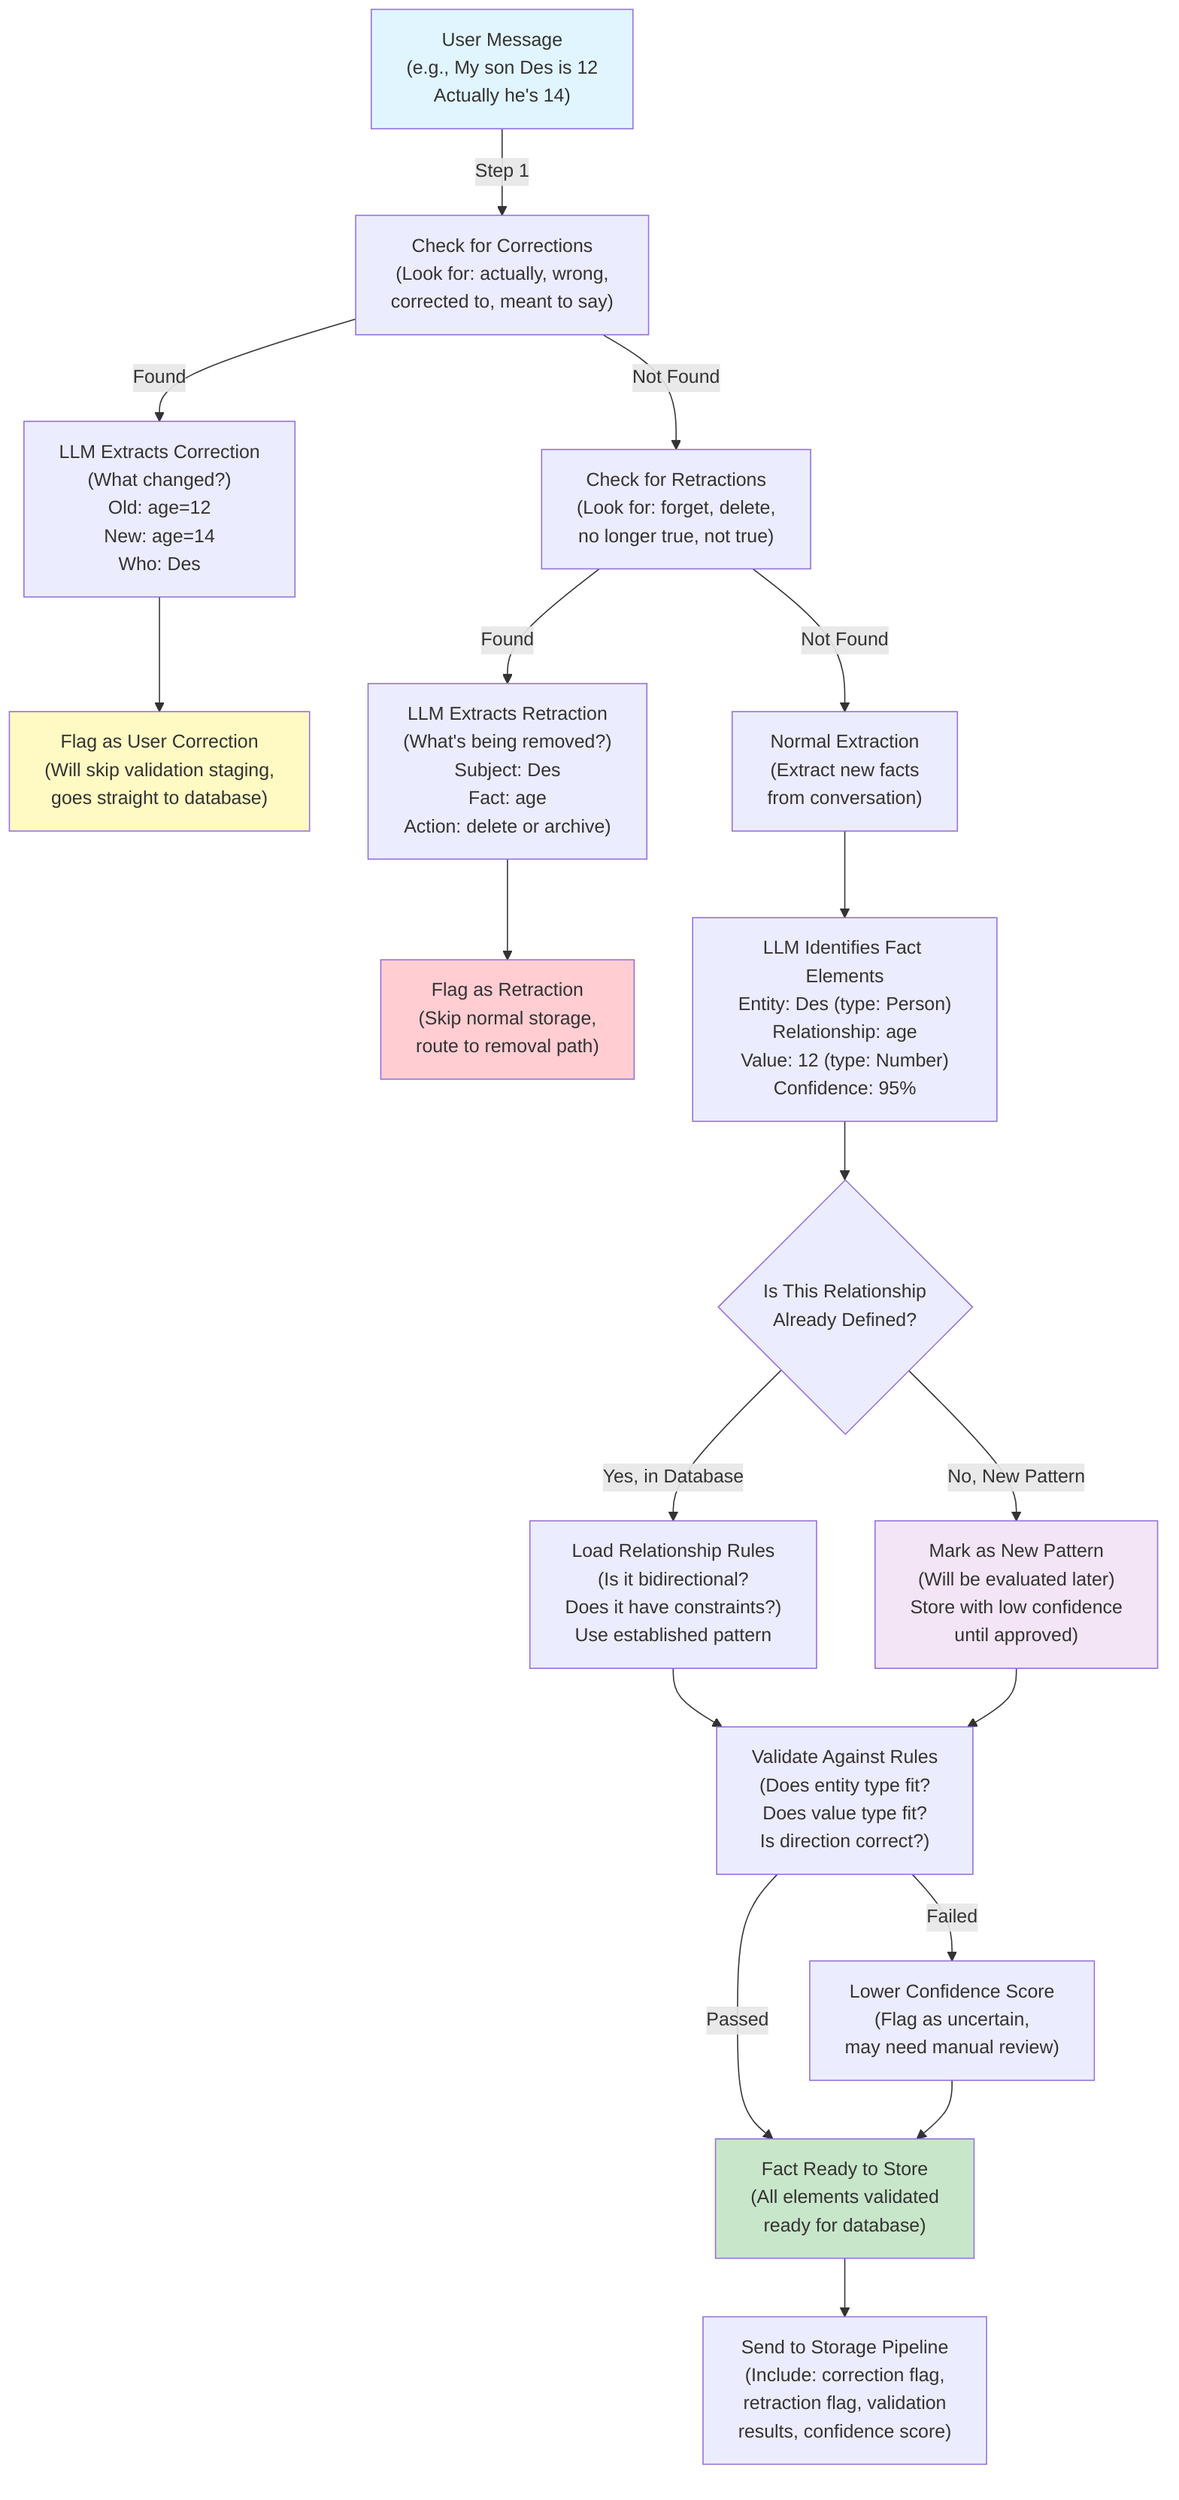
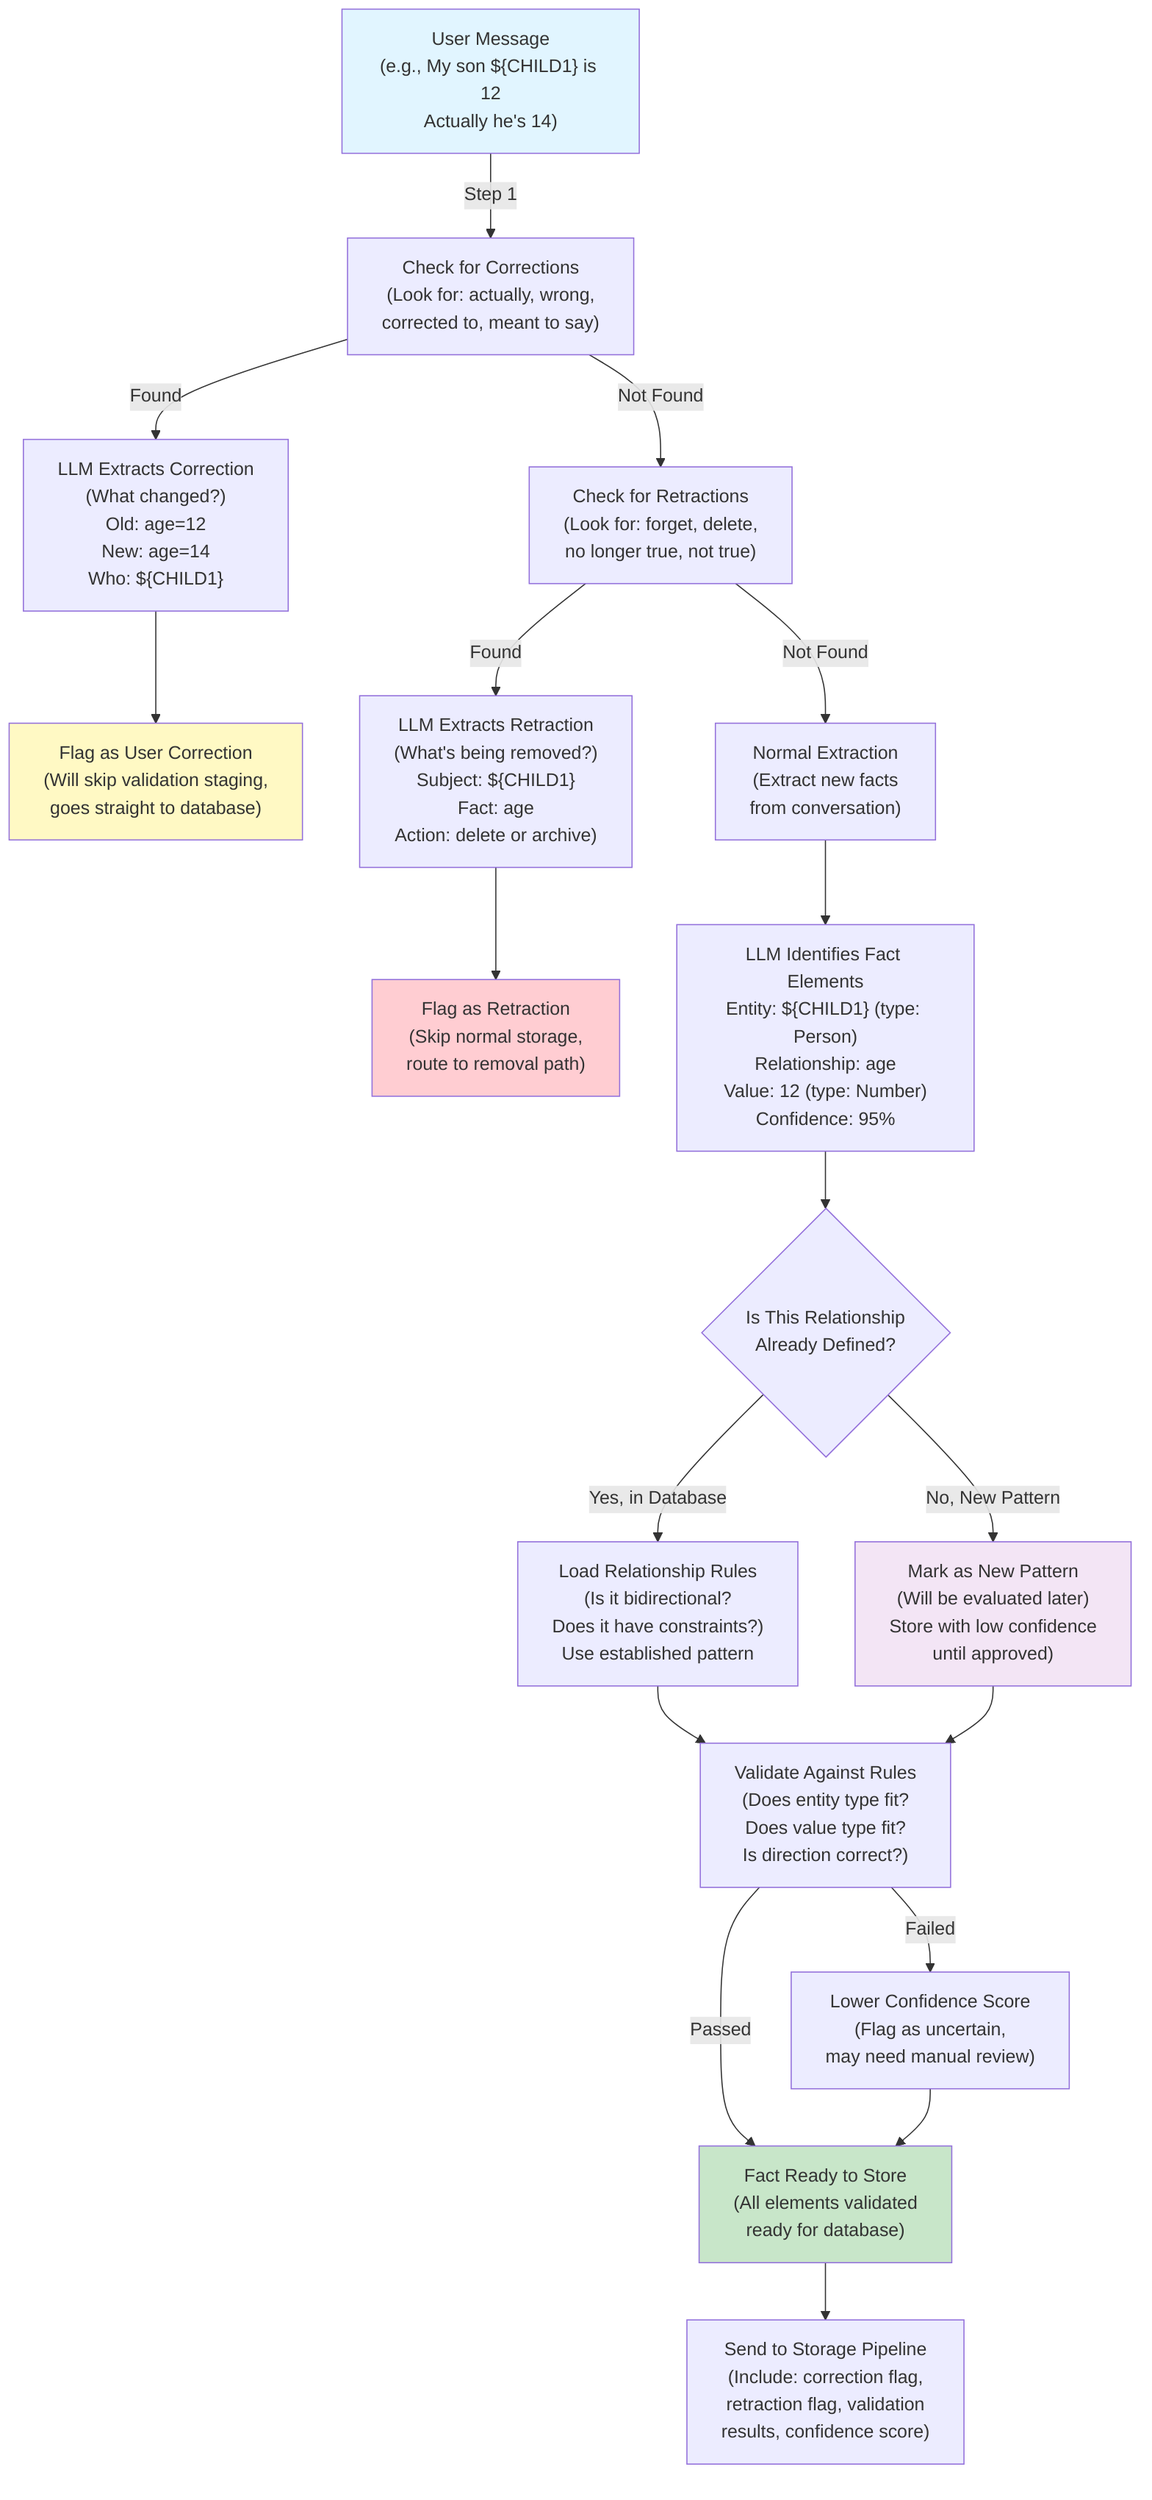
graph TD
-     A["User Message<br/>(e.g., My son Des is 12<br/>Actually he's 14)"] -->|Step 1| B["Check for Corrections<br/>(Look for: actually, wrong,<br/>corrected to, meant to say)"]
+     A["User Message<br/>(e.g., My son ${CHILD1} is 12<br/>Actually he's 14)"] -->|Step 1| B["Check for Corrections<br/>(Look for: actually, wrong,<br/>corrected to, meant to say)"]

-     B -->|Found| C["LLM Extracts Correction<br/>(What changed?)<br/>Old: age=12<br/>New: age=14<br/>Who: Des"]
+     B -->|Found| C["LLM Extracts Correction<br/>(What changed?)<br/>Old: age=12<br/>New: age=14<br/>Who: ${CHILD1}"]

    C --> D["Flag as User Correction<br/>(Will skip validation staging,<br/>goes straight to database)"]

    B -->|Not Found| E["Check for Retractions<br/>(Look for: forget, delete,<br/>no longer true, not true)"]

-     E -->|Found| F["LLM Extracts Retraction<br/>(What's being removed?)<br/>Subject: Des<br/>Fact: age<br/>Action: delete or archive)"]
+     E -->|Found| F["LLM Extracts Retraction<br/>(What's being removed?)<br/>Subject: ${CHILD1}<br/>Fact: age<br/>Action: delete or archive)"]

    F --> G["Flag as Retraction<br/>(Skip normal storage,<br/>route to removal path)"]

    E -->|Not Found| H["Normal Extraction<br/>(Extract new facts<br/>from conversation)"]

-     H --> I["LLM Identifies Fact Elements<br/>Entity: Des (type: Person)<br/>Relationship: age<br/>Value: 12 (type: Number)<br/>Confidence: 95%"]
+     H --> I["LLM Identifies Fact Elements<br/>Entity: ${CHILD1} (type: Person)<br/>Relationship: age<br/>Value: 12 (type: Number)<br/>Confidence: 95%"]

    I --> J{Is This Relationship<br/>Already Defined?}

    J -->|Yes, in Database| K["Load Relationship Rules<br/>(Is it bidirectional?<br/>Does it have constraints?)<br/>Use established pattern"]

    J -->|No, New Pattern| L["Mark as New Pattern<br/>(Will be evaluated later)<br/>Store with low confidence<br/>until approved)"]

    K --> M["Validate Against Rules<br/>(Does entity type fit?<br/>Does value type fit?<br/>Is direction correct?)"]

    L --> M

    M -->|Failed| N["Lower Confidence Score<br/>(Flag as uncertain,<br/>may need manual review)"]

    M -->|Passed| O["Fact Ready to Store<br/>(All elements validated<br/>ready for database)"]

    N --> O

    O --> P["Send to Storage Pipeline<br/>(Include: correction flag,<br/>retraction flag, validation<br/>results, confidence score)"]

    style A fill:#e1f5ff
    style D fill:#fff9c4
    style G fill:#ffcdd2
    style L fill:#f3e5f5
    style O fill:#c8e6c9
